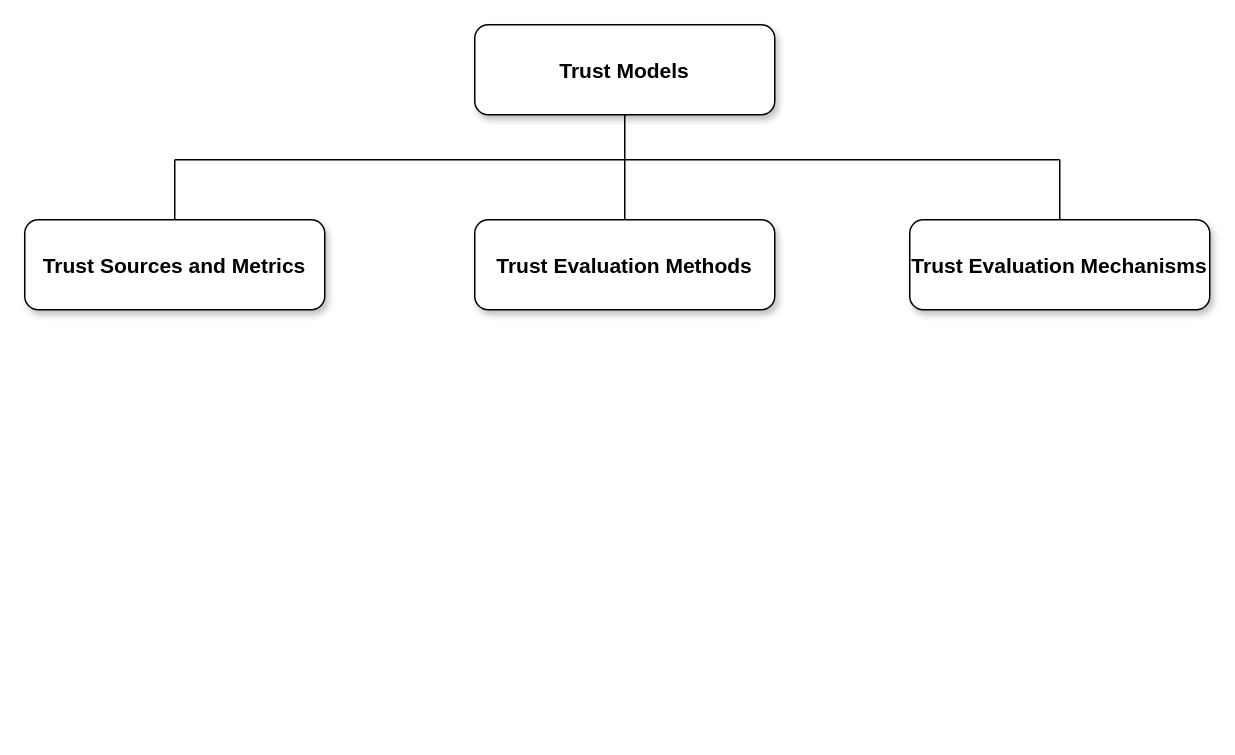
Above: Trust.drawio in Ember0520/Drawio (draw.io), before the change. Source tidied: cells renumbered, new cells numbered last; positions are measured from the earlier drawing's top-left corner, leaving out a move shared by most shapes. Both pictures are drawn from the tidied source at 150%, with x=0, y=0 at pixel (24, 24).
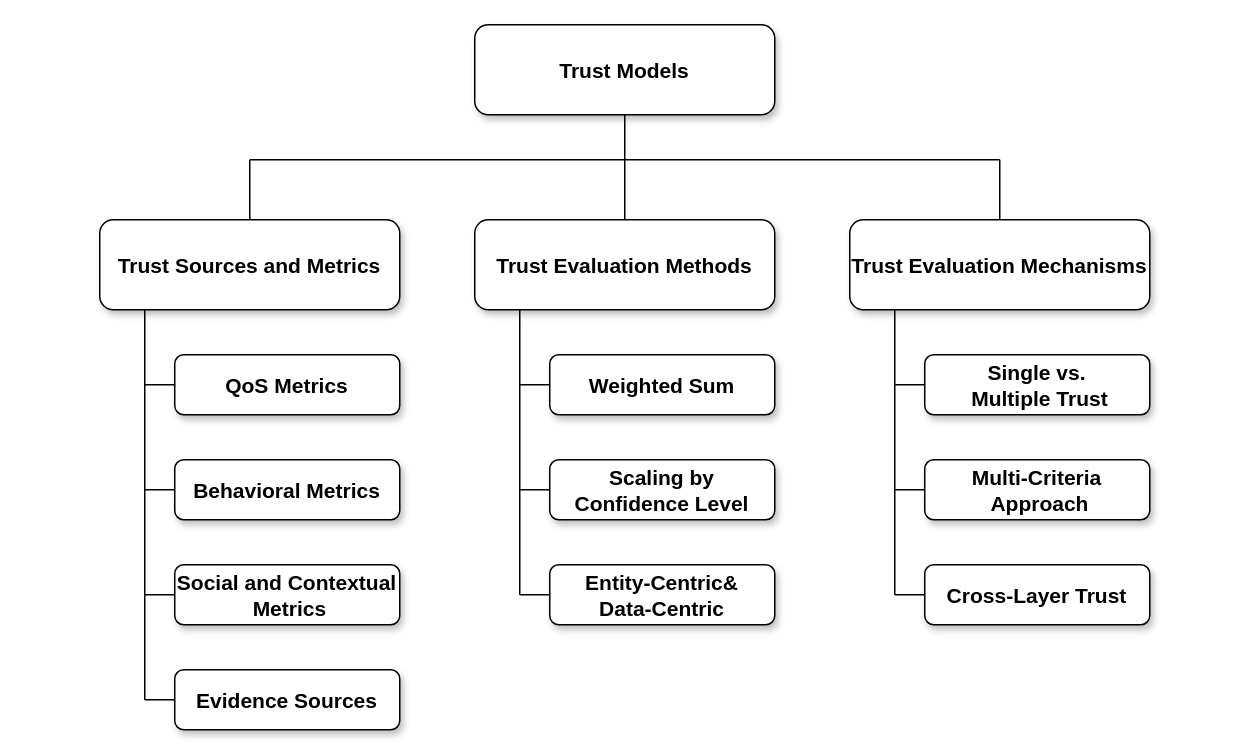
The same page after the edit.

Change to the diagram source:
```diff
@@
     <mxCell id="2" value="Trust Sources and Metrics" style="rounded=1;shadow=1;fontStyle=1;fontSize=14;" parent="1" vertex="1">
-      <mxGeometry y="130" width="200" height="60" as="geometry" />
+      <mxGeometry x="50" y="130" width="200" height="60" as="geometry" />
     </mxCell>
@@
     <mxCell id="7" value="Trust Evaluation Mechanisms" style="rounded=1;shadow=1;fontStyle=1;fontSize=14;" parent="1" vertex="1">
-      <mxGeometry x="590" y="130" width="200" height="60" as="geometry" />
+      <mxGeometry x="550" y="130" width="200" height="60" as="geometry" />
     </mxCell>
     <mxCell id="8" style="endArrow=none;html=1;rounded=0;" parent="1" edge="1">
       <mxGeometry relative="1" as="geometry">
-        <mxPoint x="100" y="90" as="sourcePoint" />
-        <mxPoint x="690" y="90" as="targetPoint" />
+        <mxPoint x="150" y="90" as="sourcePoint" />
+        <mxPoint x="650" y="90" as="targetPoint" />
       </mxGeometry>
     </mxCell>
     <mxCell id="9" style="endArrow=none;html=1;rounded=0;exitX=0.5;exitY=0;exitDx=0;exitDy=0;" parent="1" edge="1" source="2">
       <mxGeometry relative="1" as="geometry">
-        <mxPoint x="100" y="90" as="targetPoint" />
+        <mxPoint x="150" y="90" as="targetPoint" />
       </mxGeometry>
     </mxCell>
-    <mxCell id="10" style="endArrow=none;html=1;rounded=0;" parent="1" edge="1" source="7">
-      <mxGeometry relative="1" as="geometry">
-        <mxPoint x="690" y="90" as="targetPoint" />
-      </mxGeometry>
-    </mxCell>
+    <mxCell id="11" value="QoS Metrics" style="rounded=1;shadow=1;fontStyle=1;fontSize=14;" parent="1" vertex="1">
+      <mxGeometry x="100" y="220" width="150" height="40" as="geometry" />
+    </mxCell>
+    <mxCell id="12" value="Behavioral Metrics" style="rounded=1;shadow=1;fontStyle=1;fontSize=14;" parent="1" vertex="1">
+      <mxGeometry x="100" y="290" width="150" height="40" as="geometry" />
+    </mxCell>
+    <mxCell id="13" value="Social and Contextual&#10; Metrics" style="rounded=1;shadow=1;fontStyle=1;fontSize=14;" parent="1" vertex="1">
+      <mxGeometry x="100" y="360" width="150" height="40" as="geometry" />
+    </mxCell>
+    <mxCell id="14" value="Evidence Sources" style="rounded=1;shadow=1;fontStyle=1;fontSize=14;" parent="1" vertex="1">
+      <mxGeometry x="100" y="430" width="150" height="40" as="geometry" />
+    </mxCell>
+    <mxCell id="15" style="endArrow=none;html=1;rounded=0;" parent="1" edge="1">
+      <mxGeometry relative="1" as="geometry">
+        <mxPoint x="80" y="450" as="sourcePoint" />
+        <mxPoint x="80" y="190" as="targetPoint" />
+      </mxGeometry>
+    </mxCell>
+    <mxCell id="16" style="endArrow=none;html=1;rounded=0;entryX=0;entryY=0.5;entryDx=0;entryDy=0;" parent="1" edge="1" target="14">
+      <mxGeometry relative="1" as="geometry">
+        <mxPoint x="80" y="450" as="sourcePoint" />
+      </mxGeometry>
+    </mxCell>
+    <mxCell id="17" style="endArrow=none;html=1;rounded=0;" parent="1" edge="1">
+      <mxGeometry relative="1" as="geometry">
+        <mxPoint x="90" y="380" as="sourcePoint" />
+        <mxPoint x="100" y="380" as="targetPoint" />
+        <Array as="points">
+          <mxPoint x="90" y="380" />
+          <mxPoint x="80" y="380" />
+        </Array>
+      </mxGeometry>
+    </mxCell>
+    <mxCell id="18" style="endArrow=none;html=1;rounded=0;" parent="1" edge="1">
+      <mxGeometry relative="1" as="geometry">
+        <mxPoint x="90" y="310" as="sourcePoint" />
+        <mxPoint x="100" y="310" as="targetPoint" />
+        <Array as="points">
+          <mxPoint x="80" y="310" />
+        </Array>
+      </mxGeometry>
+    </mxCell>
+    <mxCell id="19" style="endArrow=none;html=1;rounded=0;" parent="1" edge="1">
+      <mxGeometry relative="1" as="geometry">
+        <mxPoint x="90" y="240" as="sourcePoint" />
+        <mxPoint x="100" y="240" as="targetPoint" />
+        <Array as="points">
+          <mxPoint x="80" y="240" />
+        </Array>
+      </mxGeometry>
+    </mxCell>
+    <mxCell id="20" style="endArrow=none;html=1;rounded=0;" parent="1" edge="1">
+      <mxGeometry relative="1" as="geometry">
+        <mxPoint x="650" y="130" as="sourcePoint" />
+        <mxPoint x="650" y="90" as="targetPoint" />
+      </mxGeometry>
+    </mxCell>
+    <mxCell id="21" value="Weighted Sum" style="rounded=1;shadow=1;fontStyle=1;fontSize=14;" parent="1" vertex="1">
+      <mxGeometry x="350" y="220" width="150" height="40" as="geometry" />
+    </mxCell>
+    <mxCell id="22" value="Scaling by &#10;Confidence Level" style="rounded=1;shadow=1;fontStyle=1;fontSize=14;" parent="1" vertex="1">
+      <mxGeometry x="350" y="290" width="150" height="40" as="geometry" />
+    </mxCell>
+    <mxCell id="23" value="Entity-Centric&amp;&#10; Data-Centric" style="rounded=1;shadow=1;fontStyle=1;fontSize=14;" parent="1" vertex="1">
+      <mxGeometry x="350" y="360" width="150" height="40" as="geometry" />
+    </mxCell>
+    <mxCell id="24" style="endArrow=none;html=1;rounded=0;" parent="1" edge="1">
+      <mxGeometry relative="1" as="geometry">
+        <mxPoint x="340" y="380" as="sourcePoint" />
+        <mxPoint x="350" y="380" as="targetPoint" />
+        <Array as="points">
+          <mxPoint x="340" y="380" />
+          <mxPoint x="330" y="380" />
+        </Array>
+      </mxGeometry>
+    </mxCell>
+    <mxCell id="25" style="endArrow=none;html=1;rounded=0;" parent="1" edge="1">
+      <mxGeometry relative="1" as="geometry">
+        <mxPoint x="340" y="310" as="sourcePoint" />
+        <mxPoint x="350" y="310" as="targetPoint" />
+        <Array as="points">
+          <mxPoint x="330" y="310" />
+        </Array>
+      </mxGeometry>
+    </mxCell>
+    <mxCell id="26" style="endArrow=none;html=1;rounded=0;" parent="1" edge="1">
+      <mxGeometry relative="1" as="geometry">
+        <mxPoint x="340" y="240" as="sourcePoint" />
+        <mxPoint x="350" y="240" as="targetPoint" />
+        <Array as="points">
+          <mxPoint x="330" y="240" />
+        </Array>
+      </mxGeometry>
+    </mxCell>
+    <mxCell id="27" value="Single vs.&#10; Multiple Trust" style="rounded=1;shadow=1;fontStyle=1;fontSize=14;" parent="1" vertex="1">
+      <mxGeometry x="600" y="220" width="150" height="40" as="geometry" />
+    </mxCell>
+    <mxCell id="28" value="Multi-Criteria&#10; Approach" style="rounded=1;shadow=1;fontStyle=1;fontSize=14;" parent="1" vertex="1">
+      <mxGeometry x="600" y="290" width="150" height="40" as="geometry" />
+    </mxCell>
+    <mxCell id="29" value="Cross-Layer Trust" style="rounded=1;shadow=1;fontStyle=1;fontSize=14;" parent="1" vertex="1">
+      <mxGeometry x="600" y="360" width="150" height="40" as="geometry" />
+    </mxCell>
+    <mxCell id="30" style="endArrow=none;html=1;rounded=0;" parent="1" edge="1">
+      <mxGeometry relative="1" as="geometry">
+        <mxPoint x="590" y="380" as="sourcePoint" />
+        <mxPoint x="600" y="380" as="targetPoint" />
+        <Array as="points">
+          <mxPoint x="590" y="380" />
+          <mxPoint x="580" y="380" />
+        </Array>
+      </mxGeometry>
+    </mxCell>
+    <mxCell id="31" style="endArrow=none;html=1;rounded=0;" parent="1" edge="1">
+      <mxGeometry relative="1" as="geometry">
+        <mxPoint x="590" y="310" as="sourcePoint" />
+        <mxPoint x="600" y="310" as="targetPoint" />
+        <Array as="points">
+          <mxPoint x="580" y="310" />
+        </Array>
+      </mxGeometry>
+    </mxCell>
+    <mxCell id="32" style="endArrow=none;html=1;rounded=0;" parent="1" edge="1">
+      <mxGeometry relative="1" as="geometry">
+        <mxPoint x="590" y="240" as="sourcePoint" />
+        <mxPoint x="600" y="240" as="targetPoint" />
+        <Array as="points">
+          <mxPoint x="580" y="240" />
+        </Array>
+      </mxGeometry>
+    </mxCell>
+    <mxCell id="33" style="endArrow=none;html=1;rounded=0;" parent="1" edge="1">
+      <mxGeometry relative="1" as="geometry">
+        <mxPoint x="330" y="380" as="sourcePoint" />
+        <mxPoint x="330" y="190" as="targetPoint" />
+      </mxGeometry>
+    </mxCell>
+    <mxCell id="34" style="endArrow=none;html=1;rounded=0;" parent="1" edge="1">
+      <mxGeometry relative="1" as="geometry">
+        <mxPoint x="580" y="380" as="sourcePoint" />
+        <mxPoint x="580" y="190" as="targetPoint" />
+      </mxGeometry>
+    </mxCell>
```
